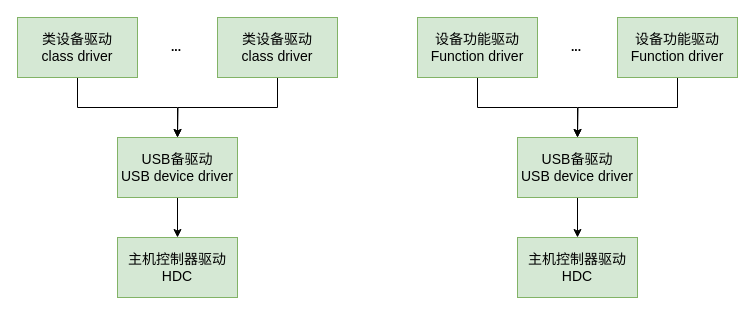
This is USB 子系统 1.drawio from Vinson-001/Blog-flow-chart, a draw.io file, before an edit. Source tidied: cells renumbered, new cells numbered last; positions are measured from the earlier drawing's top-left corner, leaving out a move shared by most shapes. Both pictures are drawn from the tidied source at 100%, with x=0, y=0 at pixel (17, 17).
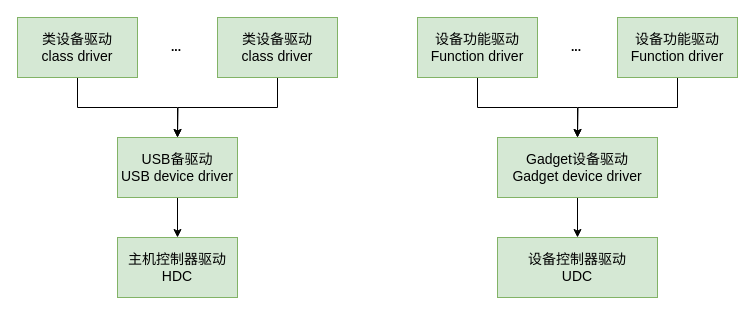
Above is the later version.

Commit message (it also covers changes not shown here):
更新USB 子系统 1.drawio

What changed in the source:
```diff
@@
 <mxGraphModel>
   <root>
     <mxCell id="0" />
     <mxCell id="1" parent="0" />
     <mxCell id="2" style="edgeStyle=orthogonalEdgeStyle;rounded=0;jettySize=auto;html=1;exitX=0.5;exitY=1;exitDx=0;exitDy=0;" parent="1" edge="1" source="3" target="7">
       <mxGeometry relative="1" as="geometry" />
     </mxCell>
     <mxCell id="3" value="&lt;font style=&quot;font-size: 14px&quot;&gt;类设备驱动&lt;br&gt;class driver&lt;br&gt;&lt;/font&gt;" style="rounded=0;whiteSpace=wrap;html=1;fillColor=#d5e8d4;strokeColor=#82b366;" parent="1" vertex="1">
       <mxGeometry width="120" height="60" as="geometry" />
     </mxCell>
     <mxCell id="4" style="edgeStyle=orthogonalEdgeStyle;rounded=0;jettySize=auto;html=1;exitX=0.5;exitY=1;exitDx=0;exitDy=0;" parent="1" edge="1" source="5">
       <mxGeometry relative="1" as="geometry">
         <mxPoint x="160" y="120" as="targetPoint" />
       </mxGeometry>
     </mxCell>
     <mxCell id="5" value="&lt;font style=&quot;font-size: 14px&quot;&gt;类设备驱动&lt;br&gt;class driver&lt;br&gt;&lt;/font&gt;" style="rounded=0;whiteSpace=wrap;html=1;fillColor=#d5e8d4;strokeColor=#82b366;" parent="1" vertex="1">
       <mxGeometry x="200" width="120" height="60" as="geometry" />
     </mxCell>
     <mxCell id="6" style="edgeStyle=orthogonalEdgeStyle;rounded=0;jettySize=auto;html=1;" parent="1" edge="1" source="7" target="8">
       <mxGeometry relative="1" as="geometry" />
     </mxCell>
     <mxCell id="7" value="&lt;font style=&quot;font-size: 14px&quot;&gt;USB备驱动&lt;br&gt;USB device driver&lt;br&gt;&lt;/font&gt;" style="rounded=0;whiteSpace=wrap;html=1;fillColor=#d5e8d4;strokeColor=#82b366;" parent="1" vertex="1">
       <mxGeometry x="100" y="120" width="120" height="60" as="geometry" />
     </mxCell>
     <mxCell id="8" value="&lt;font style=&quot;font-size: 14px&quot;&gt;主机控制器驱动&lt;br&gt;HDC&lt;br&gt;&lt;/font&gt;" style="rounded=0;whiteSpace=wrap;html=1;fillColor=#d5e8d4;strokeColor=#82b366;" parent="1" vertex="1">
       <mxGeometry x="100" y="220" width="120" height="60" as="geometry" />
     </mxCell>
     <mxCell id="9" value="&lt;b&gt;...&lt;/b&gt;" style="text;html=1;strokeColor=none;fillColor=none;align=center;verticalAlign=middle;whiteSpace=wrap;rounded=0;" parent="1" vertex="1">
       <mxGeometry x="139" y="20" width="40" height="20" as="geometry" />
     </mxCell>
     <mxCell id="10" style="edgeStyle=orthogonalEdgeStyle;rounded=0;jettySize=auto;html=1;exitX=0.5;exitY=1;exitDx=0;exitDy=0;" parent="1" edge="1" source="11" target="15">
       <mxGeometry relative="1" as="geometry" />
     </mxCell>
     <mxCell id="11" value="&lt;font style=&quot;font-size: 14px&quot;&gt;设备功能驱动&lt;br&gt;Function driver&lt;br&gt;&lt;/font&gt;" style="rounded=0;whiteSpace=wrap;html=1;fillColor=#d5e8d4;strokeColor=#82b366;" parent="1" vertex="1">
       <mxGeometry x="400" width="120" height="60" as="geometry" />
     </mxCell>
     <mxCell id="12" style="edgeStyle=orthogonalEdgeStyle;rounded=0;jettySize=auto;html=1;exitX=0.5;exitY=1;exitDx=0;exitDy=0;" parent="1" edge="1" source="13">
       <mxGeometry relative="1" as="geometry">
         <mxPoint x="560" y="120" as="targetPoint" />
       </mxGeometry>
     </mxCell>
     <mxCell id="13" value="&lt;font style=&quot;font-size: 14px&quot;&gt;设备功能驱动&lt;br&gt;Function driver&lt;br&gt;&lt;/font&gt;" style="rounded=0;whiteSpace=wrap;html=1;fillColor=#d5e8d4;strokeColor=#82b366;" parent="1" vertex="1">
       <mxGeometry x="600" width="120" height="60" as="geometry" />
     </mxCell>
     <mxCell id="14" style="edgeStyle=orthogonalEdgeStyle;rounded=0;jettySize=auto;html=1;" parent="1" edge="1" source="15" target="16">
       <mxGeometry relative="1" as="geometry" />
     </mxCell>
-    <mxCell id="15" value="&lt;font style=&quot;font-size: 14px&quot;&gt;USB备驱动&lt;br&gt;USB device driver&lt;br&gt;&lt;/font&gt;" style="rounded=0;whiteSpace=wrap;html=1;fillColor=#d5e8d4;strokeColor=#82b366;" parent="1" vertex="1">
-      <mxGeometry x="500" y="120" width="120" height="60" as="geometry" />
+    <mxCell id="15" value="&lt;font style=&quot;font-size: 14px&quot;&gt;Gadget设备驱动&lt;br&gt;Gadget device driver&lt;br&gt;&lt;/font&gt;" style="rounded=0;whiteSpace=wrap;html=1;fillColor=#d5e8d4;strokeColor=#82b366;" parent="1" vertex="1">
+      <mxGeometry x="480" y="120" width="160" height="60" as="geometry" />
     </mxCell>
-    <mxCell id="16" value="&lt;font style=&quot;font-size: 14px&quot;&gt;主机控制器驱动&lt;br&gt;HDC&lt;br&gt;&lt;/font&gt;" style="rounded=0;whiteSpace=wrap;html=1;fillColor=#d5e8d4;strokeColor=#82b366;" parent="1" vertex="1">
-      <mxGeometry x="500" y="220" width="120" height="60" as="geometry" />
+    <mxCell id="16" value="&lt;font style=&quot;font-size: 14px&quot;&gt;设备控制器驱动&lt;br&gt;UDC&lt;br&gt;&lt;/font&gt;" style="rounded=0;whiteSpace=wrap;html=1;fillColor=#d5e8d4;strokeColor=#82b366;" parent="1" vertex="1">
+      <mxGeometry x="480" y="220" width="160" height="60" as="geometry" />
     </mxCell>
     <mxCell id="17" value="&lt;b&gt;...&lt;/b&gt;" style="text;html=1;strokeColor=none;fillColor=none;align=center;verticalAlign=middle;whiteSpace=wrap;rounded=0;" parent="1" vertex="1">
       <mxGeometry x="539" y="20" width="40" height="20" as="geometry" />
     </mxCell>
   </root>
 </mxGraphModel>
```
